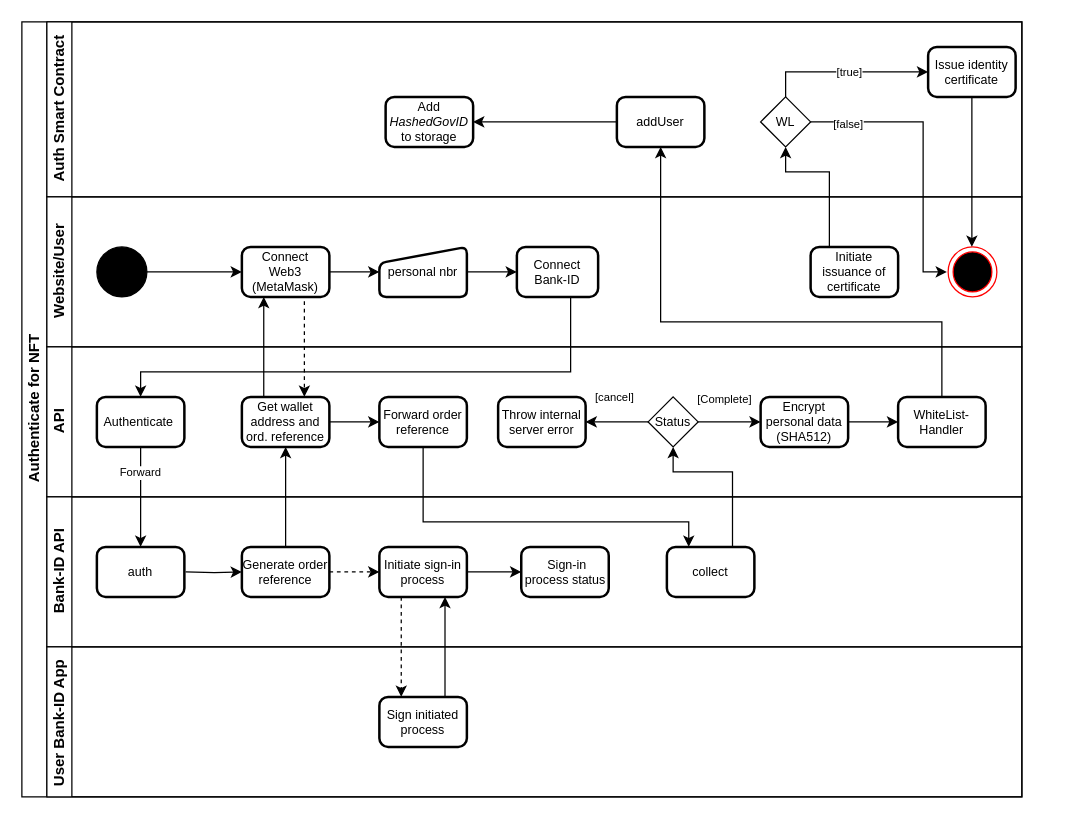
This is TokanizedBankID.drawio.drawio from PaulMoustakas/Project-T, a draw.io file, before an edit. Source tidied: cells renumbered, new cells numbered last; positions are measured from the earlier drawing's top-left corner, leaving out a move shared by most shapes. Both pictures are drawn from the tidied source at 125%, with x=0, y=0 at pixel (21, 21). Pictures stored in the file or linked from it are replaced by grey dashed boxes.
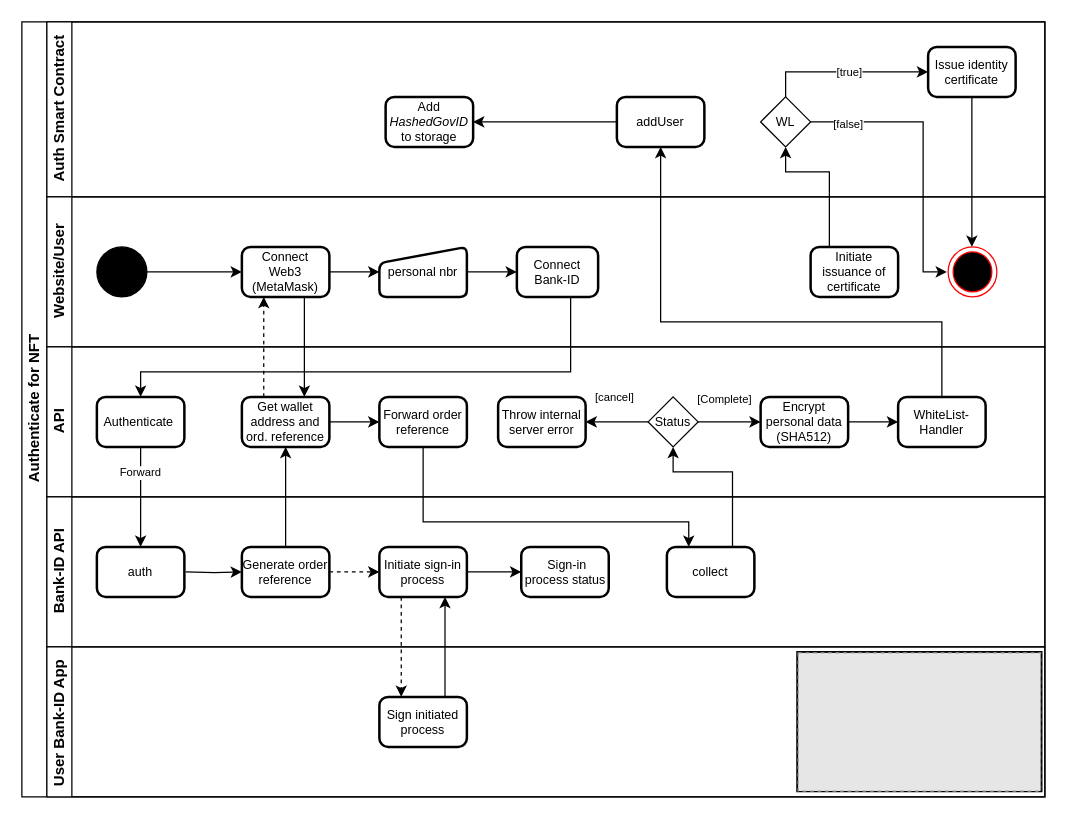
The same diagram, later.

The change refers to these unchanged cells:
```xml
<mxCell id="18" value="&lt;font style=&quot;font-size: 10px&quot;&gt;Connect&lt;br&gt;Web3&lt;br&gt;(MetaMask)&lt;/font&gt;" style="rounded=1;html=1;absoluteArcSize=1;arcSize=14;strokeWidth=2;fontSize=7;whiteSpace=wrap;" parent="15" vertex="1">
  <mxGeometry x="156" y="40" width="70" height="40" as="geometry" />
</mxCell>
<mxCell id="34" value="&lt;font style=&quot;font-size: 10px&quot;&gt;Get wallet address and ord. reference&lt;/font&gt;" style="rounded=1;html=1;absoluteArcSize=1;arcSize=14;strokeWidth=2;fontSize=7;whiteSpace=wrap;" parent="26" vertex="1">
  <mxGeometry x="156" y="40" width="70" height="40" as="geometry" />
</mxCell>
```

The edit, as a diff of the source:
```diff
@@
     <mxCell id="2" value="Authenticate for NFT" style="swimlane;html=1;horizontal=0;startSize=20;" parent="1" vertex="1">
-      <mxGeometry width="800" height="620" as="geometry" />
+      <mxGeometry width="818.4" height="620" as="geometry" />
     </mxCell>
@@
     <mxCell id="7" value="Auth Smart Contract" style="swimlane;html=1;startSize=20;horizontal=0;" parent="2" vertex="1">
-      <mxGeometry x="20" width="780" height="140" as="geometry" />
+      <mxGeometry x="20" width="798.4" height="140" as="geometry" />
     </mxCell>
@@
     <mxCell id="15" value="Website/User" style="swimlane;html=1;startSize=20;horizontal=0;" parent="2" vertex="1">
-      <mxGeometry x="20" y="140" width="780" height="120" as="geometry" />
+      <mxGeometry x="20" y="140" width="798.4" height="120" as="geometry" />
     </mxCell>
@@
     <mxCell id="26" value="API" style="swimlane;html=1;startSize=20;horizontal=0;" parent="2" vertex="1">
-      <mxGeometry x="20" y="260" width="780" height="120" as="geometry" />
+      <mxGeometry x="20" y="260" width="798.4" height="120" as="geometry" />
     </mxCell>
@@
     <mxCell id="39" value="Bank-ID API" style="swimlane;html=1;startSize=20;horizontal=0;" parent="2" vertex="1">
-      <mxGeometry x="20" y="380" width="780" height="120" as="geometry" />
+      <mxGeometry x="20" y="380" width="798.4" height="120" as="geometry" />
     </mxCell>
@@
     <mxCell id="48" value="User Bank-ID App&amp;nbsp;" style="swimlane;html=1;startSize=20;horizontal=0;" parent="2" vertex="1">
-      <mxGeometry x="20" y="500" width="780" height="120" as="geometry" />
+      <mxGeometry x="20" y="500" width="798.4" height="120" as="geometry" />
     </mxCell>
@@
+    <mxCell id="60" style="rounded=0;whiteSpace=wrap;html=1;strokeWidth=3;fillColor=#000000;" parent="48" vertex="1">
+      <mxGeometry x="601" y="4.8" width="194" height="110" as="geometry" />
+    </mxCell>
+    <mxCell id="61" style="fillColor=#E6E6E6;strokeColor=#999999;dashed=1;verticalLabelPosition=bottom;labelBackgroundColor=default;verticalAlign=top;" parent="48" vertex="1">
+      <mxGeometry x="601" y="4.8" width="194" height="110.5" as="geometry" />
+    </mxCell>
@@
-    <mxCell id="51" style="edgeStyle=orthogonalEdgeStyle;rounded=0;jettySize=auto;html=1;fontSize=11;dashed=1;exitX=0.75;exitY=1;exitDx=0;exitDy=0;" parent="2" edge="1" source="18" target="34">
+    <mxCell id="51" style="edgeStyle=orthogonalEdgeStyle;rounded=0;jettySize=auto;html=1;fontSize=11;exitX=0.75;exitY=1;exitDx=0;exitDy=0;" parent="2" edge="1" source="18" target="34">
       <mxGeometry relative="1" as="geometry">
         <Array as="points">
           <mxPoint x="226" y="220" />
         </Array>
       </mxGeometry>
     </mxCell>
@@
-    <mxCell id="55" style="edgeStyle=orthogonalEdgeStyle;rounded=0;jettySize=auto;html=1;exitX=0.25;exitY=0;exitDx=0;exitDy=0;entryX=0.25;entryY=1;entryDx=0;entryDy=0;fontSize=10;strokeColor=default;" parent="2" edge="1" source="34" target="18">
+    <mxCell id="55" style="edgeStyle=orthogonalEdgeStyle;rounded=0;jettySize=auto;html=1;exitX=0.25;exitY=0;exitDx=0;exitDy=0;entryX=0.25;entryY=1;entryDx=0;entryDy=0;fontSize=10;strokeColor=default;dashed=1;" parent="2" edge="1" source="34" target="18">
       <mxGeometry relative="1" as="geometry" />
     </mxCell>
```
